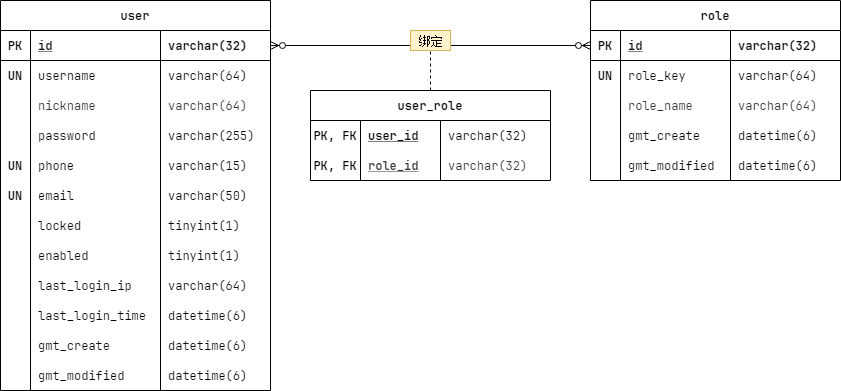
Before: design/迭代一/resource/image/用户角色ER图.png, a diagram exported from draw.io (hellovie/online-article-reading-platform). Source tidied: cells renumbered, new cells last; positions are measured from the earlier drawing's top-left corner, leaving out a move shared by most shapes.
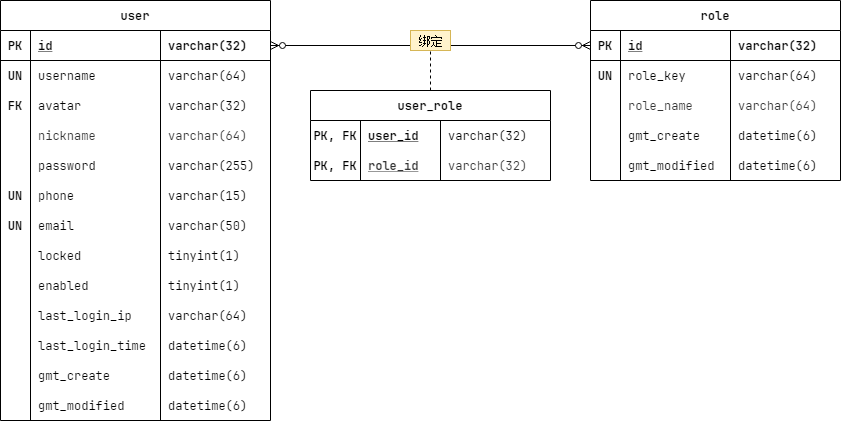
The same file after the commit.

Diff of the diagram source:
```diff
@@ -39,7 +39,7 @@
       <mxGeometry x="130" width="110" height="30" as="geometry" />
     </mxCell>
     <mxCell id="14" value="user" style="shape=table;startSize=30;rowLines=0;fontStyle=1;align=center;fontFamily=JetBrains Mono;" parent="1" vertex="1">
-      <mxGeometry width="270" height="390" as="geometry" />
+      <mxGeometry width="270" height="420" as="geometry" />
     </mxCell>
     <mxCell id="15" style="shape=partialRectangle;top=0;left=0;bottom=1;right=0;points=[[0,0.5],[1,0.5]];portConstraint=eastwest;fillColor=none;fontFamily=JetBrains Mono;" parent="14" vertex="1">
       <mxGeometry y="30" width="270" height="30" as="geometry" />
@@ -65,8 +65,20 @@
     <mxCell id="22" value="varchar(64)" style="shape=partialRectangle;top=0;left=0;bottom=0;right=0;align=left;spacingLeft=6;overflow=hidden;strokeColor=#9673a6;fillColor=none;fontFamily=JetBrains Mono;" parent="19" vertex="1">
       <mxGeometry x="160" width="110" height="30" as="geometry" />
     </mxCell>
+    <mxCell id="84" style="shape=partialRectangle;top=0;left=0;bottom=0;right=0;fillColor=none;fontFamily=JetBrains Mono;" parent="14" vertex="1">
+      <mxGeometry y="90" width="270" height="30" as="geometry" />
+    </mxCell>
+    <mxCell id="85" value="FK" style="shape=partialRectangle;top=0;left=0;bottom=0;right=0;overflow=hidden;fillColor=none;fontFamily=JetBrains Mono;fontStyle=1;" parent="84" vertex="1">
+      <mxGeometry width="30" height="30" as="geometry" />
+    </mxCell>
+    <mxCell id="86" value="avatar" style="shape=partialRectangle;top=0;left=0;bottom=0;right=0;align=left;spacingLeft=6;overflow=hidden;strokeColor=#9673a6;fillColor=none;fontFamily=JetBrains Mono;" parent="84" vertex="1">
+      <mxGeometry x="30" width="130" height="30" as="geometry" />
+    </mxCell>
+    <mxCell id="87" value="varchar(32)" style="shape=partialRectangle;top=0;left=0;bottom=0;right=0;align=left;spacingLeft=6;overflow=hidden;strokeColor=#9673a6;fillColor=none;fontFamily=JetBrains Mono;" parent="84" vertex="1">
+      <mxGeometry x="160" width="110" height="30" as="geometry" />
+    </mxCell>
     <mxCell id="23" style="shape=partialRectangle;top=0;left=0;bottom=0;right=0;fillColor=none;fontFamily=JetBrains Mono;" parent="14" vertex="1">
-      <mxGeometry y="90" width="270" height="30" as="geometry" />
+      <mxGeometry y="120" width="270" height="30" as="geometry" />
     </mxCell>
     <mxCell id="24" style="shape=partialRectangle;top=0;left=0;bottom=0;right=0;overflow=hidden;fillColor=none;fontFamily=JetBrains Mono;" parent="23" vertex="1">
       <mxGeometry width="30" height="30" as="geometry" />
@@ -78,7 +90,7 @@
       <mxGeometry x="160" width="110" height="30" as="geometry" />
     </mxCell>
     <mxCell id="27" style="shape=partialRectangle;top=0;left=0;bottom=0;right=0;fillColor=none;fontFamily=JetBrains Mono;" parent="14" vertex="1">
-      <mxGeometry y="120" width="270" height="30" as="geometry" />
+      <mxGeometry y="150" width="270" height="30" as="geometry" />
     </mxCell>
     <mxCell id="28" style="shape=partialRectangle;top=0;left=0;bottom=0;right=0;overflow=hidden;fillColor=none;fontFamily=JetBrains Mono;" parent="27" vertex="1">
       <mxGeometry width="30" height="30" as="geometry" />
@@ -90,7 +102,7 @@
       <mxGeometry x="160" width="110" height="30" as="geometry" />
     </mxCell>
     <mxCell id="31" style="shape=partialRectangle;top=0;left=0;bottom=0;right=0;fillColor=none;fontFamily=JetBrains Mono;" parent="14" vertex="1">
-      <mxGeometry y="150" width="270" height="30" as="geometry" />
+      <mxGeometry y="180" width="270" height="30" as="geometry" />
     </mxCell>
     <mxCell id="32" value="UN" style="shape=partialRectangle;top=0;left=0;bottom=0;right=0;overflow=hidden;fillColor=none;fontFamily=JetBrains Mono;fontStyle=1;" parent="31" vertex="1">
       <mxGeometry width="30" height="30" as="geometry" />
@@ -102,7 +114,7 @@
       <mxGeometry x="160" width="110" height="30" as="geometry" />
     </mxCell>
     <mxCell id="35" style="shape=partialRectangle;top=0;left=0;bottom=0;right=0;fillColor=none;fontFamily=JetBrains Mono;" parent="14" vertex="1">
-      <mxGeometry y="180" width="270" height="30" as="geometry" />
+      <mxGeometry y="210" width="270" height="30" as="geometry" />
     </mxCell>
     <mxCell id="36" value="UN" style="shape=partialRectangle;top=0;left=0;bottom=0;right=0;overflow=hidden;fillColor=none;fontFamily=JetBrains Mono;fontStyle=1;" parent="35" vertex="1">
       <mxGeometry width="30" height="30" as="geometry" />
@@ -114,7 +126,7 @@
       <mxGeometry x="160" width="110" height="30" as="geometry" />
     </mxCell>
     <mxCell id="39" style="shape=partialRectangle;top=0;left=0;bottom=0;right=0;fillColor=none;fontFamily=JetBrains Mono;" parent="14" vertex="1">
-      <mxGeometry y="210" width="270" height="30" as="geometry" />
+      <mxGeometry y="240" width="270" height="30" as="geometry" />
     </mxCell>
     <mxCell id="40" style="shape=partialRectangle;top=0;left=0;bottom=0;right=0;overflow=hidden;fillColor=none;fontFamily=JetBrains Mono;" parent="39" vertex="1">
       <mxGeometry width="30" height="30" as="geometry" />
@@ -126,7 +138,7 @@
       <mxGeometry x="160" width="110" height="30" as="geometry" />
     </mxCell>
     <mxCell id="43" style="shape=partialRectangle;top=0;left=0;bottom=0;right=0;fillColor=none;fontFamily=JetBrains Mono;" parent="14" vertex="1">
-      <mxGeometry y="240" width="270" height="30" as="geometry" />
+      <mxGeometry y="270" width="270" height="30" as="geometry" />
     </mxCell>
     <mxCell id="44" style="shape=partialRectangle;top=0;left=0;bottom=0;right=0;overflow=hidden;fillColor=none;fontFamily=JetBrains Mono;" parent="43" vertex="1">
       <mxGeometry width="30" height="30" as="geometry" />
@@ -138,7 +150,7 @@
       <mxGeometry x="160" width="110" height="30" as="geometry" />
     </mxCell>
     <mxCell id="47" style="shape=partialRectangle;top=0;left=0;bottom=0;right=0;fillColor=none;fontFamily=JetBrains Mono;" parent="14" vertex="1">
-      <mxGeometry y="270" width="270" height="30" as="geometry" />
+      <mxGeometry y="300" width="270" height="30" as="geometry" />
     </mxCell>
     <mxCell id="48" style="shape=partialRectangle;top=0;left=0;bottom=0;right=0;overflow=hidden;fillColor=none;fontFamily=JetBrains Mono;" parent="47" vertex="1">
       <mxGeometry width="30" height="30" as="geometry" />
@@ -150,7 +162,7 @@
       <mxGeometry x="160" width="110" height="30" as="geometry" />
     </mxCell>
     <mxCell id="51" style="shape=partialRectangle;top=0;left=0;bottom=0;right=0;fillColor=none;fontFamily=JetBrains Mono;" parent="14" vertex="1">
-      <mxGeometry y="300" width="270" height="30" as="geometry" />
+      <mxGeometry y="330" width="270" height="30" as="geometry" />
     </mxCell>
     <mxCell id="52" style="shape=partialRectangle;top=0;left=0;bottom=0;right=0;overflow=hidden;fillColor=none;fontFamily=JetBrains Mono;" parent="51" vertex="1">
       <mxGeometry width="30" height="30" as="geometry" />
@@ -162,7 +174,7 @@
       <mxGeometry x="160" width="110" height="30" as="geometry" />
     </mxCell>
     <mxCell id="55" style="shape=partialRectangle;top=0;left=0;bottom=0;right=0;fillColor=none;fontFamily=JetBrains Mono;" parent="14" vertex="1">
-      <mxGeometry y="330" width="270" height="30" as="geometry" />
+      <mxGeometry y="360" width="270" height="30" as="geometry" />
     </mxCell>
     <mxCell id="56" style="shape=partialRectangle;top=0;left=0;bottom=0;right=0;overflow=hidden;fillColor=none;fontFamily=JetBrains Mono;" parent="55" vertex="1">
       <mxGeometry width="30" height="30" as="geometry" />
@@ -174,7 +186,7 @@
       <mxGeometry x="160" width="110" height="30" as="geometry" />
     </mxCell>
     <mxCell id="59" style="shape=partialRectangle;top=0;left=0;bottom=0;right=0;fillColor=none;fontFamily=JetBrains Mono;" parent="14" vertex="1">
-      <mxGeometry y="360" width="270" height="30" as="geometry" />
+      <mxGeometry y="390" width="270" height="30" as="geometry" />
     </mxCell>
     <mxCell id="60" style="shape=partialRectangle;top=0;left=0;bottom=0;right=0;overflow=hidden;fillColor=none;fontFamily=JetBrains Mono;" parent="59" vertex="1">
       <mxGeometry width="30" height="30" as="geometry" />
```
